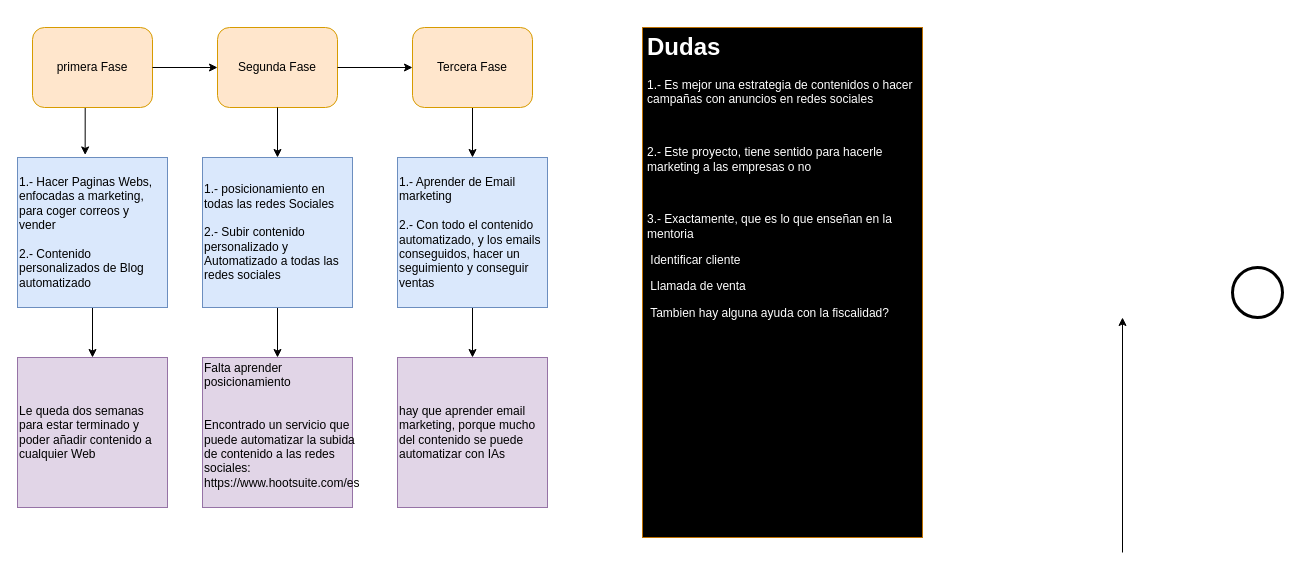
The draw.io diagram Diagrama sin título.drawio in joelsct98/MisDiagramas, before the edit. Source tidied: cells renumbered, new cells numbered last; positions are measured from the earlier drawing's top-left corner, leaving out a move shared by most shapes. Both pictures are drawn from the tidied source at 100%, with x=0, y=0 at pixel (17, 27).
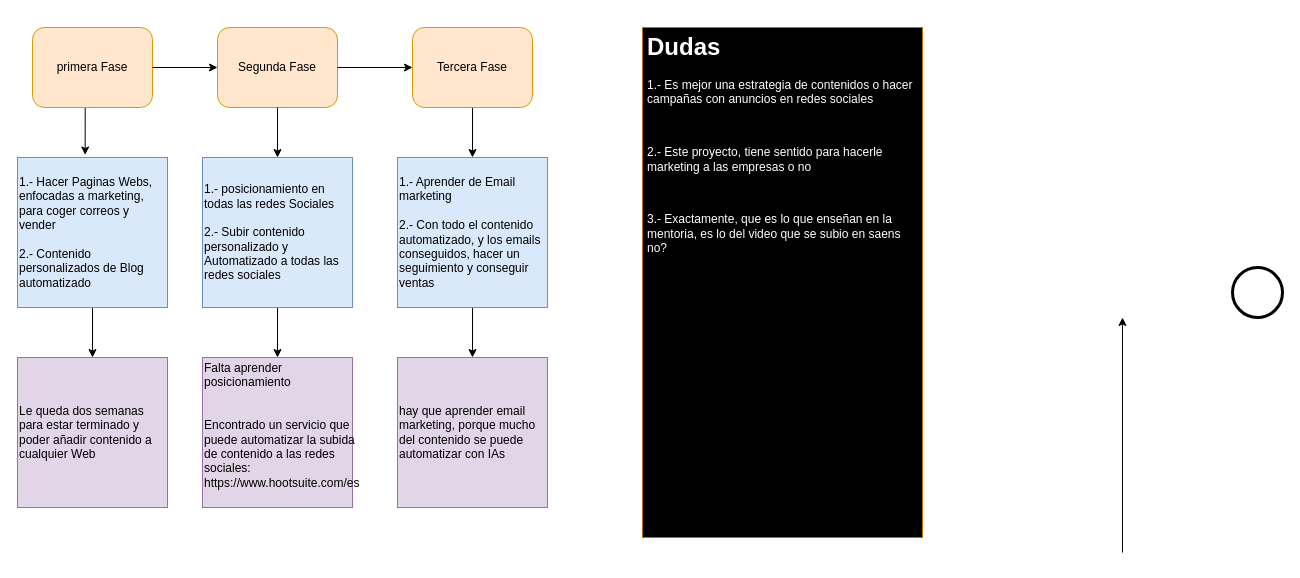
Above is the later version.

Change to the diagram source:
```diff
@@
-    <mxCell id="21" value="&lt;h1&gt;Dudas&lt;/h1&gt;&lt;p&gt;1.- Es mejor una estrategia de contenidos o hacer campañas con anuncios en redes sociales&lt;/p&gt;&lt;p&gt;&lt;span style=&quot;background-color: initial;&quot;&gt;&lt;br&gt;&lt;/span&gt;&lt;/p&gt;&lt;p&gt;&lt;span style=&quot;background-color: initial;&quot;&gt;2.- Este proyecto, tiene sentido para hacerle marketing a las empresas o no&lt;/span&gt;&lt;br&gt;&lt;/p&gt;&lt;p&gt;&lt;span style=&quot;background-color: initial;&quot;&gt;&lt;br&gt;&lt;/span&gt;&lt;/p&gt;&lt;p&gt;&lt;span style=&quot;background-color: initial;&quot;&gt;3.- Exactamente, que es lo que enseñan en la mentoria&lt;/span&gt;&lt;/p&gt;&lt;p&gt;&lt;span style=&quot;background-color: initial;&quot;&gt;&lt;span style=&quot;white-space: pre;&quot;&gt; &lt;/span&gt;Identificar cliente&lt;/span&gt;&lt;span style=&quot;background-color: initial;&quot;&gt;&amp;nbsp;&lt;/span&gt;&lt;/p&gt;&lt;p&gt;&lt;span style=&quot;background-color: initial;&quot;&gt;&lt;span style=&quot;white-space: pre;&quot;&gt; &lt;/span&gt;Llamada de venta&lt;/span&gt;&lt;/p&gt;&lt;p&gt;&lt;span style=&quot;background-color: initial;&quot;&gt;&lt;span style=&quot;white-space: pre;&quot;&gt;&lt;span style=&quot;white-space: pre;&quot;&gt; &lt;/span&gt;Tambien hay alguna ayuda con la fiscalidad? &lt;/span&gt;&lt;br&gt;&lt;/span&gt;&lt;/p&gt;&lt;p&gt;&lt;span style=&quot;background-color: initial;&quot;&gt;&lt;span style=&quot;white-space: pre;&quot;&gt; &lt;/span&gt;&lt;br&gt;&lt;/span&gt;&lt;/p&gt;" style="text;html=1;strokeColor=#BD7000;fillColor=#000000;spacing=5;spacingTop=-20;whiteSpace=wrap;overflow=hidden;rounded=0;fontColor=#FFFFFF;" parent="1" vertex="1">
+    <mxCell id="21" value="&lt;h1&gt;Dudas&lt;/h1&gt;&lt;p&gt;1.- Es mejor una estrategia de contenidos o hacer campañas con anuncios en redes sociales&lt;/p&gt;&lt;p&gt;&lt;span style=&quot;background-color: initial;&quot;&gt;&lt;br&gt;&lt;/span&gt;&lt;/p&gt;&lt;p&gt;&lt;span style=&quot;background-color: initial;&quot;&gt;2.- Este proyecto, tiene sentido para hacerle marketing a las empresas o no&lt;/span&gt;&lt;br&gt;&lt;/p&gt;&lt;p&gt;&lt;span style=&quot;background-color: initial;&quot;&gt;&lt;br&gt;&lt;/span&gt;&lt;/p&gt;&lt;p&gt;&lt;span style=&quot;background-color: initial;&quot;&gt;3.- Exactamente, que es lo que enseñan en la mentoria, es lo del video que se subio en saens no?&amp;nbsp;&lt;/span&gt;&lt;span style=&quot;background-color: initial; white-space: pre;&quot;&gt; &lt;/span&gt;&lt;/p&gt;&lt;p&gt;&lt;span style=&quot;background-color: initial;&quot;&gt;&lt;span style=&quot;white-space: pre;&quot;&gt; &lt;/span&gt;&lt;br&gt;&lt;/span&gt;&lt;/p&gt;" style="text;html=1;strokeColor=#BD7000;fillColor=#000000;spacing=5;spacingTop=-20;whiteSpace=wrap;overflow=hidden;rounded=0;fontColor=#FFFFFF;" parent="1" vertex="1">
       <mxGeometry x="625" width="280" height="510" as="geometry" />
     </mxCell>
```
